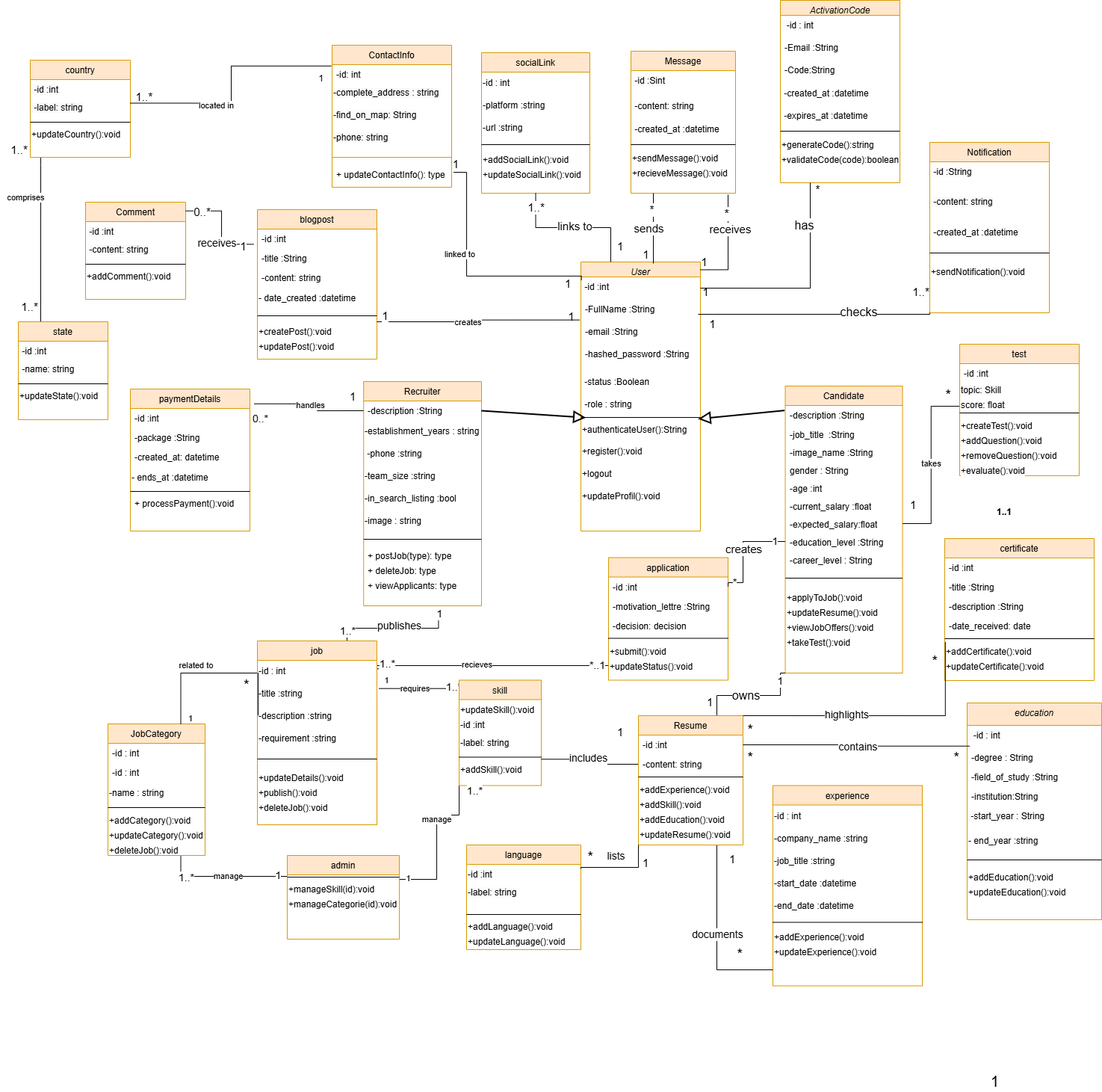
Earlier version of the draw.io export class diagram.drawio.png (chirine1/-project). Source tidied: cells renumbered, new cells last; positions are measured from the earlier drawing's top-left corner, leaving out a move shared by most shapes.
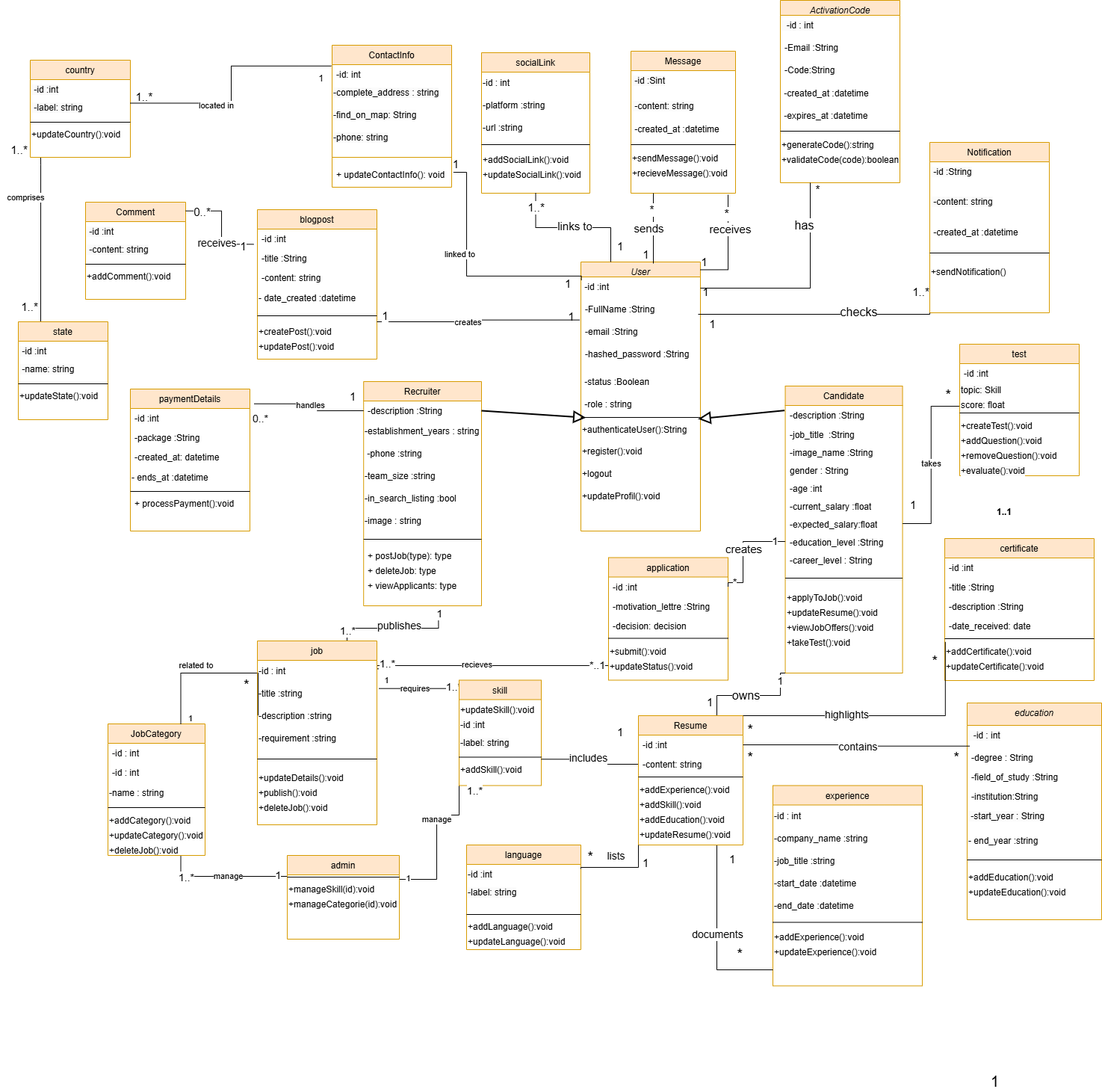
After the change.

Commit message:
Mettre à jour class diagram.drawio.png

Diff of the diagram source:
```diff
@@ -176,7 +176,7 @@
     <mxCell id="59" style="line;html=1;strokeWidth=1;align=left;verticalAlign=middle;spacingTop=-1;spacingLeft=3;spacingRight=3;labelPosition=right;" parent="55" vertex="1">
       <mxGeometry y="136" width="160" height="24" as="geometry" />
     </mxCell>
-    <mxCell id="60" value="&lt;div style=&quot;forced-color-adjust: none; text-align: left;&quot;&gt;+sendNotification():void&lt;/div&gt;&lt;div style=&quot;forced-color-adjust: none; text-align: left;&quot;&gt;&lt;br style=&quot;forced-color-adjust: none; color: rgb(0, 0, 0); font-family: Helvetica; font-size: 12px; font-style: normal; font-variant-ligatures: normal; font-variant-caps: normal; font-weight: 400; letter-spacing: normal; orphans: 2; text-align: left; text-indent: 0px; text-transform: none; widows: 2; word-spacing: 0px; -webkit-text-stroke-width: 0px; white-space: nowrap; background-color: rgb(251, 251, 251); text-decoration-thickness: initial; text-decoration-style: initial; text-decoration-color: initial;&quot;&gt;&lt;br&gt;&lt;br&gt;&lt;/div&gt;" style="text;whiteSpace=wrap;html=1;" parent="55" vertex="1">
+    <mxCell id="60" value="&lt;div style=&quot;forced-color-adjust: none; text-align: left;&quot;&gt;+sendNotification()&lt;/div&gt;" style="text;whiteSpace=wrap;html=1;" parent="55" vertex="1">
       <mxGeometry y="160" width="160" height="20" as="geometry" />
     </mxCell>
     <mxCell id="61" value="Comment" style="swimlane;fontStyle=0;align=center;verticalAlign=top;horizontal=1;startSize=26;rounded=0;shadow=0;strokeWidth=1;fillColor=#ffe6cc;strokeColor=#d79b00;" parent="1" vertex="1">
@@ -771,7 +771,7 @@
     <mxCell id="218" style="line;strokeWidth=1;fillColor=none;align=left;verticalAlign=middle;spacingTop=-1;spacingLeft=3;spacingRight=3;labelPosition=right;strokeColor=inherit;" parent="213" vertex="1">
       <mxGeometry y="140" width="160" height="20" as="geometry" />
     </mxCell>
-    <mxCell id="219" value="+ updateContactInfo(): type" style="text;strokeColor=none;fillColor=none;align=left;verticalAlign=top;spacingLeft=4;spacingRight=4;overflow=hidden;whiteSpace=wrap;html=1;" parent="213" vertex="1">
+    <mxCell id="219" value="+ updateContactInfo(): void" style="text;strokeColor=none;fillColor=none;align=left;verticalAlign=top;spacingLeft=4;spacingRight=4;overflow=hidden;whiteSpace=wrap;html=1;" parent="213" vertex="1">
       <mxGeometry y="160" width="160" height="30" as="geometry" />
     </mxCell>
     <mxCell id="220" style="endArrow=none;html=1;edgeStyle=orthogonalEdgeStyle;rounded=0;exitX=0.004;exitY=0.043;exitDx=0;exitDy=0;entryX=1.015;entryY=0.039;entryDx=0;entryDy=0;entryPerimeter=0;exitPerimeter=0;" parent="1" edge="1">
```
